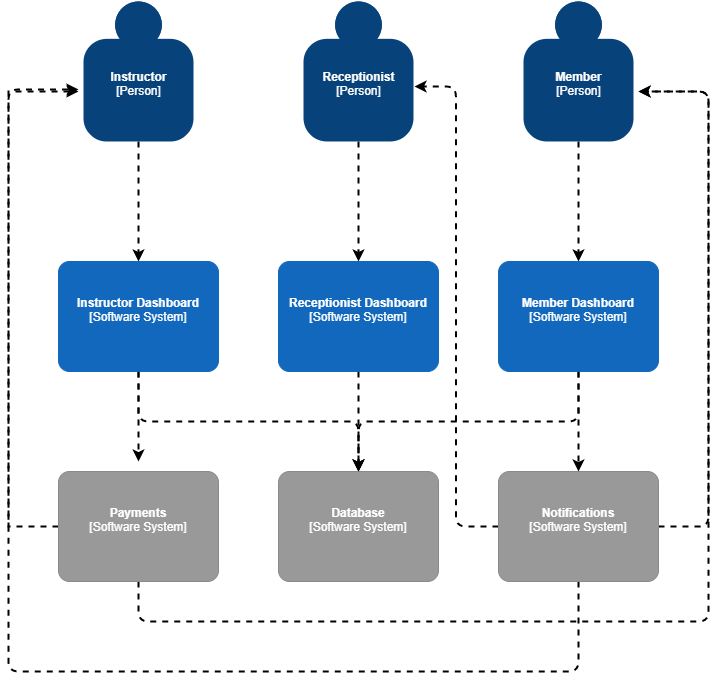
Above: doc/context-diagram.png in nico-guba/deloitte-advantage (draw.io), before the change. Source tidied: cells renumbered, new cells last; positions are measured from the earlier drawing's top-left corner, leaving out a move shared by most shapes.
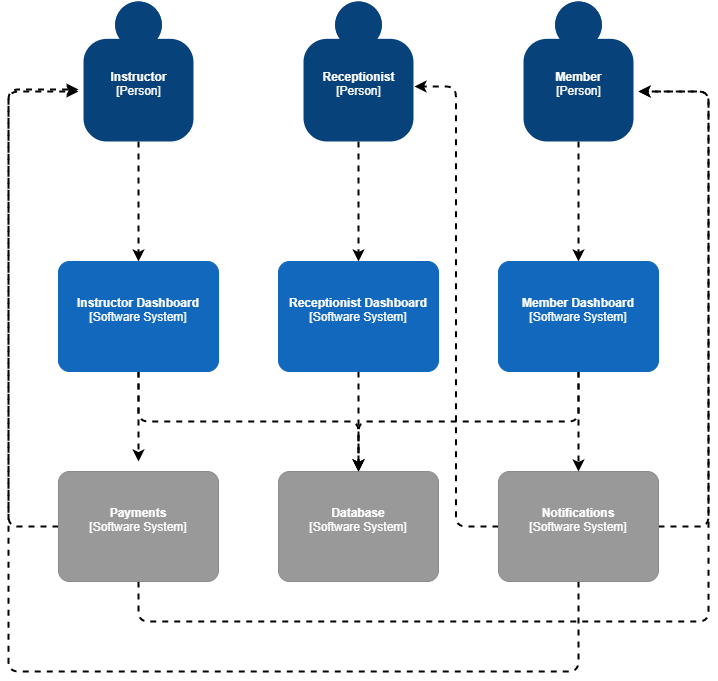
The same diagram one commit later.

Commit message:
added missing style for payments -> instructor path

The edit, as a diff of the source:
```diff
@@ -25,7 +25,7 @@
         <mxGeometry x="270" y="470" width="160" height="110" as="geometry" />
       </mxCell>
     </object>
-    <mxCell id="7" style="edgeStyle=elbowEdgeStyle;jettySize=auto;html=1;dashed=1;strokeWidth=2;rounded=0;" parent="1" edge="1" source="9">
+    <mxCell id="7" style="edgeStyle=elbowEdgeStyle;jettySize=auto;html=1;dashed=1;strokeWidth=2;rounded=1;" parent="1" edge="1" source="9">
       <mxGeometry relative="1" as="geometry">
         <mxPoint x="70" y="90" as="targetPoint" />
         <Array as="points">
```
